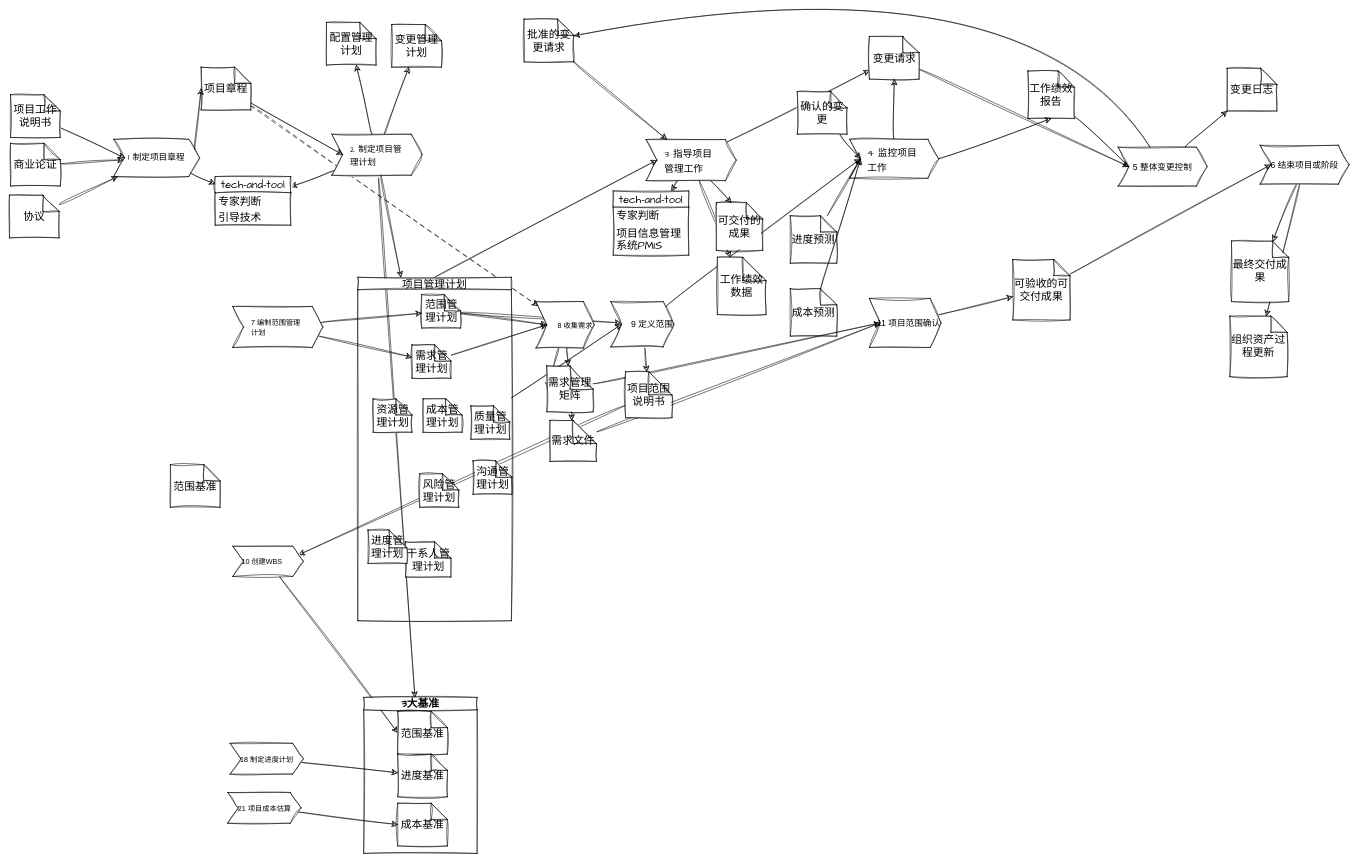
lzdong0714/note keeps this draw.io diagram as 软考中级.drawio. Above is the earlier version. Source tidied: cells renumbered, new cells numbered last; positions are measured from the earlier drawing's top-left corner, leaving out a move shared by most shapes. Both pictures are drawn from the tidied source at 54%, with x=0, y=0 at pixel (9, -50).
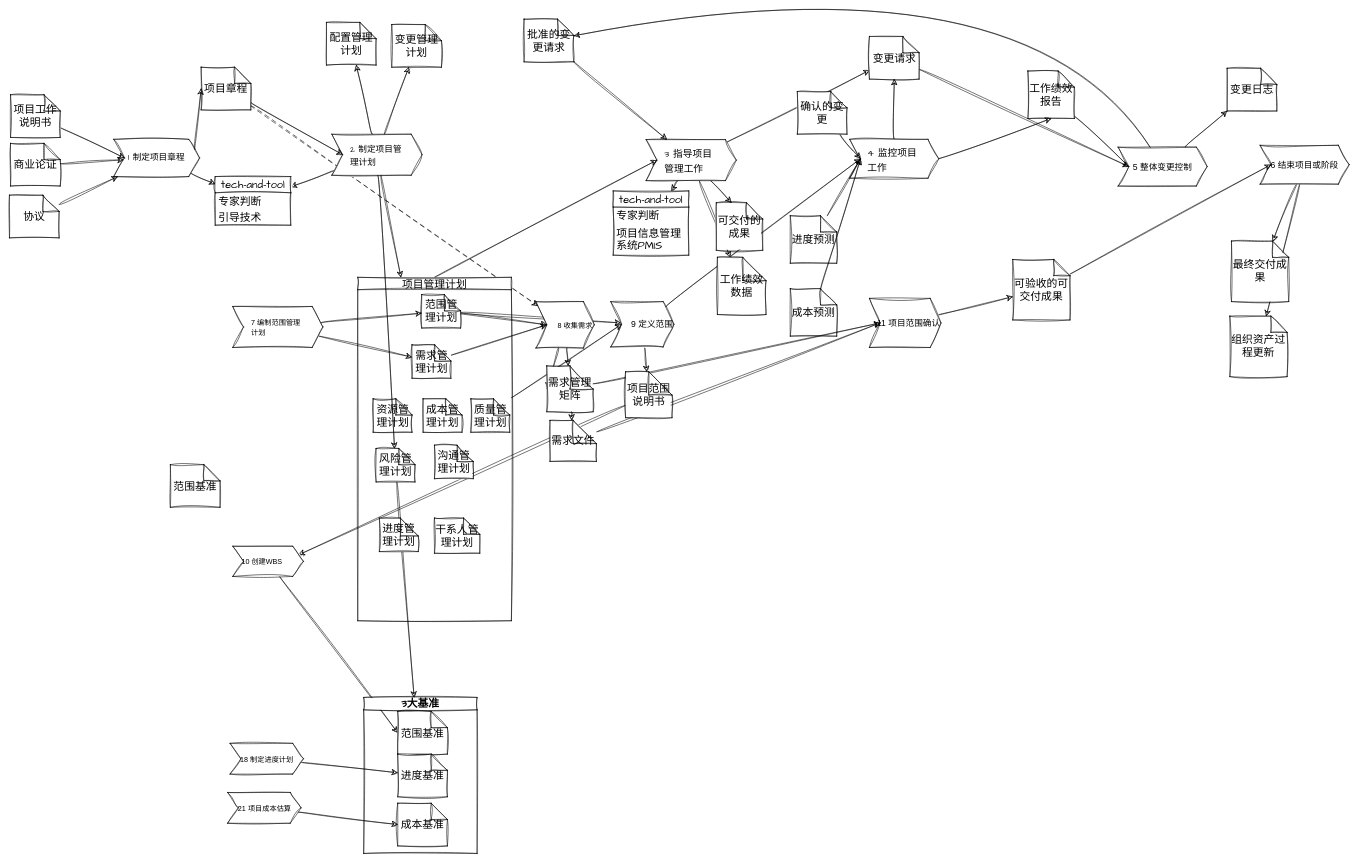
Above is the later version.

Commit message:
更新软考中级.drawio

The change refers to these unchanged cells:
```xml
<mxCell id="22" value="&lt;table style=&quot;border-collapse: collapse; table-layout: fixed; width: 0px;&quot;&gt;&lt;colgroup&gt;&lt;col style=&quot;width: 101px;&quot; width=&quot;101&quot;&gt;&lt;/colgroup&gt;&lt;tbody&gt;&lt;tr style=&quot;height: 24px;&quot; height=&quot;24&quot;&gt;&lt;td style=&quot;empty-cells: show; line-height: normal; vertical-align: middle; outline-width: 0px; overflow-wrap: break-word; word-break: normal; text-align: left; width: 101px;&quot; width=&quot;101&quot;&gt;&lt;font face=&quot;Architects Daughter&quot; style=&quot;font-size: 16px;&quot;&gt;2 制定项目管理计划&lt;/font&gt;&lt;/td&gt;&lt;/tr&gt;&lt;/tbody&gt;&lt;/table&gt;" style="shape=step;perimeter=stepPerimeter;whiteSpace=wrap;html=1;fixedSize=1;fontSize=16;sketch=1;curveFitting=1;jiggle=2;" parent="1" vertex="1">
  <mxGeometry x="597" y="340" width="167" height="76" as="geometry" />
</mxCell>
<mxCell id="49" value="3大基准" style="swimlane;whiteSpace=wrap;html=1;sketch=1;hachureGap=4;jiggle=2;curveFitting=1;fontFamily=Architects Daughter;fontSize=20;" parent="1" vertex="1">
  <mxGeometry x="656" y="1383" width="210" height="289" as="geometry" />
</mxCell>
<mxCell id="82" value="项目管理计划" style="swimlane;sketch=1;hachureGap=4;jiggle=2;curveFitting=1;fontFamily=Architects Daughter;fontSize=20;fontStyle=0;" parent="1" vertex="1">
  <mxGeometry x="645" y="605" width="284.5" height="636" as="geometry" />
</mxCell>
```

Change to the diagram source:
```diff
@@
-    <mxCell id="21" style="edgeStyle=none;curved=1;rounded=0;sketch=1;hachureGap=4;jiggle=2;curveFitting=1;jettySize=auto;html=1;fontFamily=Architects Daughter;fontSize=16;startSize=8;endSize=8;" parent="1" edge="1" source="22" target="49">
+    <mxCell id="21" style="edgeStyle=none;curved=1;rounded=0;sketch=1;hachureGap=4;jiggle=2;curveFitting=1;jettySize=auto;html=1;fontFamily=Architects Daughter;fontSize=16;startSize=8;endSize=8;" parent="1" edge="1" source="87" target="49">
       <mxGeometry relative="1" as="geometry" />
     </mxCell>
@@
     <mxCell id="83" value="沟通管理计划" style="shape=note;whiteSpace=wrap;html=1;backgroundOutline=1;darkOpacity=0.05;sketch=1;hachureGap=4;jiggle=2;curveFitting=1;fontFamily=Architects Daughter;fontSize=20;" parent="82" vertex="1">
-      <mxGeometry x="213.5" y="340" width="72" height="62" as="geometry" />
+      <mxGeometry x="142" y="311" width="72" height="62" as="geometry" />
     </mxCell>
@@
     <mxCell id="85" value="质量管理计划" style="shape=note;whiteSpace=wrap;html=1;backgroundOutline=1;darkOpacity=0.05;sketch=1;hachureGap=4;jiggle=2;curveFitting=1;fontFamily=Architects Daughter;fontSize=20;" parent="82" vertex="1">
-      <mxGeometry x="209.5" y="238" width="72" height="62" as="geometry" />
+      <mxGeometry x="209.5" y="225" width="72" height="62" as="geometry" />
     </mxCell>
@@
-    <mxCell id="87" value="风险管理计划" style="shape=note;whiteSpace=wrap;html=1;backgroundOutline=1;darkOpacity=0.05;sketch=1;hachureGap=4;jiggle=2;curveFitting=1;fontFamily=Architects Daughter;fontSize=20;" parent="82" vertex="1">
-      <mxGeometry x="115" y="364" width="72" height="62" as="geometry" />
-    </mxCell>
     <mxCell id="88" value="干系人管理计划" style="shape=note;whiteSpace=wrap;html=1;backgroundOutline=1;darkOpacity=0.05;sketch=1;hachureGap=4;jiggle=2;curveFitting=1;fontFamily=Architects Daughter;fontSize=20;" parent="82" vertex="1">
-      <mxGeometry x="88.5" y="490" width="84" height="65" as="geometry" />
+      <mxGeometry x="142" y="446" width="84" height="65" as="geometry" />
     </mxCell>
@@
     <mxCell id="91" value="进度管理计划" style="shape=note;whiteSpace=wrap;html=1;backgroundOutline=1;darkOpacity=0.05;sketch=1;hachureGap=4;jiggle=2;curveFitting=1;fontFamily=Architects Daughter;fontSize=20;size=33;" parent="82" vertex="1">
-      <mxGeometry x="19" y="468" width="72" height="62" as="geometry" />
+      <mxGeometry x="40" y="446" width="72" height="62" as="geometry" />
     </mxCell>
@@
+    <mxCell id="105" style="edgeStyle=none;curved=1;rounded=0;sketch=1;hachureGap=4;jiggle=2;curveFitting=1;jettySize=auto;html=1;fontFamily=Architects Daughter;fontSize=16;startSize=8;endSize=8;" parent="1" edge="1" source="22" target="87">
+      <mxGeometry relative="1" as="geometry" />
+    </mxCell>
+    <mxCell id="87" value="风险管理计划" style="shape=note;whiteSpace=wrap;html=1;backgroundOutline=1;darkOpacity=0.05;sketch=1;hachureGap=4;jiggle=2;curveFitting=1;fontFamily=Architects Daughter;fontSize=20;" parent="1" vertex="1">
+      <mxGeometry x="679" y="922" width="72" height="62" as="geometry" />
+    </mxCell>
```
